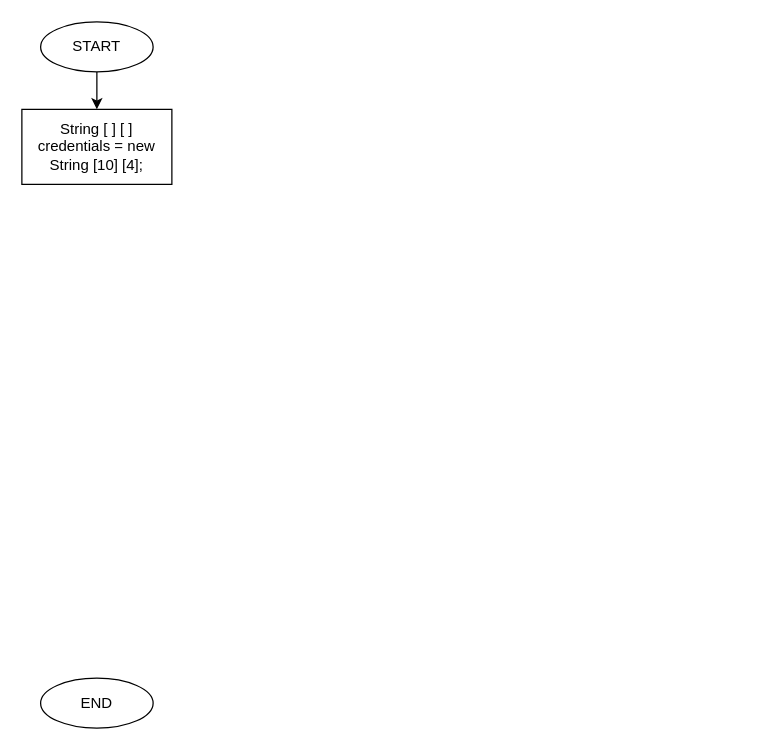
The draw.io diagram CreditWise.drawio in Gooseytwoshoes/Creditcard-Database, before the edit. Source tidied: cells renumbered, new cells numbered last; positions are measured from the earlier drawing's top-left corner, leaving out a move shared by most shapes. Both pictures are drawn from the tidied source at 125%, with x=0, y=0 at pixel (21, 21).
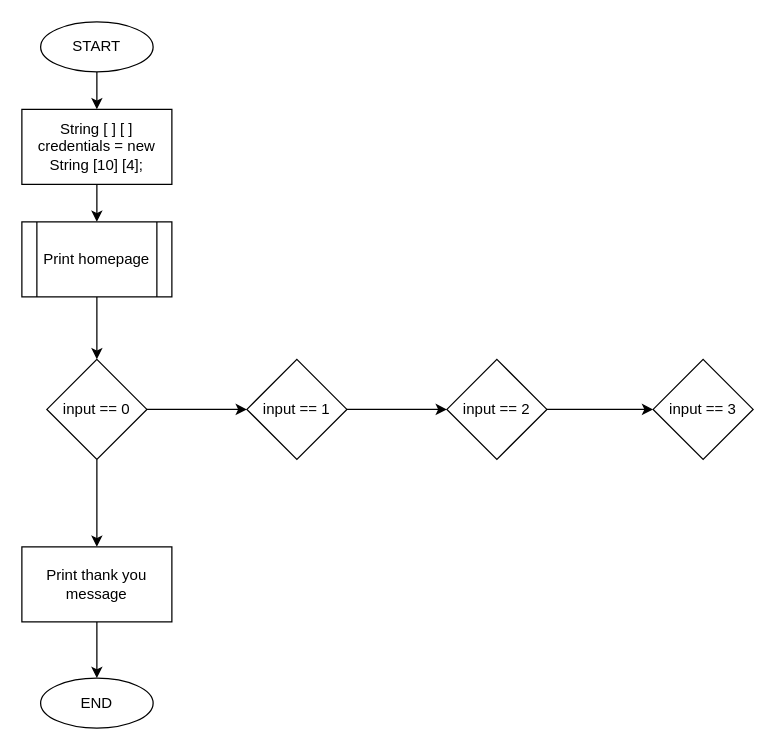
Above is the later version.

What changed in the source:
```diff
@@
 <mxGraphModel>
   <root>
     <mxCell id="0" />
     <mxCell id="1" parent="0" />
     <mxCell id="2" style="edgeStyle=orthogonalEdgeStyle;rounded=0;jettySize=auto;html=1;" parent="1" edge="1" source="3" target="5">
       <mxGeometry relative="1" as="geometry" />
     </mxCell>
     <mxCell id="3" value="START" style="ellipse;whiteSpace=wrap;html=1;" parent="1" vertex="1">
       <mxGeometry x="15" width="90" height="40" as="geometry" />
     </mxCell>
     <mxCell id="4" value="END" style="ellipse;whiteSpace=wrap;html=1;" parent="1" vertex="1">
       <mxGeometry x="15" y="525" width="90" height="40" as="geometry" />
     </mxCell>
+    <mxCell id="6" style="edgeStyle=orthogonalEdgeStyle;rounded=0;jettySize=auto;html=1;" parent="1" edge="1" source="5" target="8">
+      <mxGeometry relative="1" as="geometry" />
+    </mxCell>
     <mxCell id="5" value="String [ ] [ ] credentials = new String [10] [4];" style="whiteSpace=wrap;html=1;" parent="1" vertex="1">
       <mxGeometry y="70" width="120" height="60" as="geometry" />
     </mxCell>
+    <mxCell id="7" style="edgeStyle=orthogonalEdgeStyle;rounded=0;jettySize=auto;html=1;" parent="1" edge="1" source="8" target="11">
+      <mxGeometry relative="1" as="geometry" />
+    </mxCell>
+    <mxCell id="8" value="Print homepage" style="shape=process;whiteSpace=wrap;html=1;backgroundOutline=1;" parent="1" vertex="1">
+      <mxGeometry y="160" width="120" height="60" as="geometry" />
+    </mxCell>
+    <mxCell id="9" style="edgeStyle=orthogonalEdgeStyle;rounded=0;jettySize=auto;html=1;" parent="1" edge="1" source="11" target="13">
+      <mxGeometry relative="1" as="geometry" />
+    </mxCell>
+    <mxCell id="10" style="edgeStyle=orthogonalEdgeStyle;rounded=0;jettySize=auto;html=1;" parent="1" edge="1" source="11" target="18">
+      <mxGeometry relative="1" as="geometry" />
+    </mxCell>
+    <mxCell id="11" value="input == 0" style="rhombus;whiteSpace=wrap;html=1;" parent="1" vertex="1">
+      <mxGeometry x="20" y="270" width="80" height="80" as="geometry" />
+    </mxCell>
+    <mxCell id="12" style="edgeStyle=orthogonalEdgeStyle;rounded=0;jettySize=auto;html=1;" parent="1" edge="1" source="13" target="15">
+      <mxGeometry relative="1" as="geometry" />
+    </mxCell>
+    <mxCell id="13" value="input == 1" style="rhombus;whiteSpace=wrap;html=1;" parent="1" vertex="1">
+      <mxGeometry x="180" y="270" width="80" height="80" as="geometry" />
+    </mxCell>
+    <mxCell id="14" style="edgeStyle=orthogonalEdgeStyle;rounded=0;jettySize=auto;html=1;" parent="1" edge="1" source="15" target="16">
+      <mxGeometry relative="1" as="geometry" />
+    </mxCell>
+    <mxCell id="15" value="input == 2" style="rhombus;whiteSpace=wrap;html=1;" parent="1" vertex="1">
+      <mxGeometry x="340" y="270" width="80" height="80" as="geometry" />
+    </mxCell>
+    <mxCell id="16" value="input == 3" style="rhombus;whiteSpace=wrap;html=1;" parent="1" vertex="1">
+      <mxGeometry x="505" y="270" width="80" height="80" as="geometry" />
+    </mxCell>
+    <mxCell id="17" style="edgeStyle=orthogonalEdgeStyle;rounded=0;jettySize=auto;html=1;" parent="1" edge="1" source="18" target="4">
+      <mxGeometry relative="1" as="geometry" />
+    </mxCell>
+    <mxCell id="18" value="Print thank you message" style="whiteSpace=wrap;html=1;" parent="1" vertex="1">
+      <mxGeometry y="420" width="120" height="60" as="geometry" />
+    </mxCell>
   </root>
 </mxGraphModel>
```
